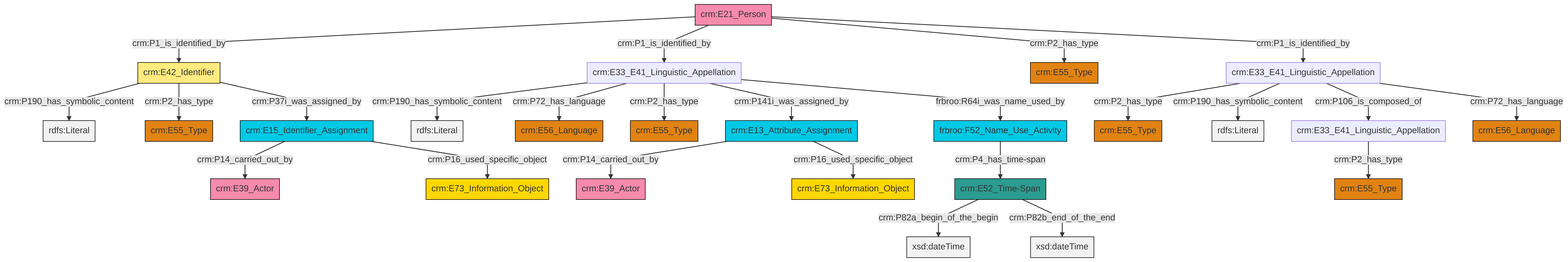
The Mermaid diagram et/personCSV/ttl/mmd/png/Person_Names_and_Classification.png in swiss-art-research-net/docs.swissartresearch, before a commit. Its source is kept beside it as et/personCSV/ttl/mmd/Person_Names_and_Classification.ttl.mmd. Its diagram source:
```mermaid
graph TD
classDef Literal fill:#f2f2f2,stroke:#000000;
classDef CRM_Entity fill:#FFFFFF,stroke:#000000;
classDef Temporal_Entity fill:#00C9E6, stroke:#000000;
classDef Type fill:#E18312, stroke:#000000;
classDef Time-Span fill:#2C9C91, stroke:#000000;
classDef Appellation fill:#FFEB7F, stroke:#000000;
classDef Place fill:#008836, stroke:#000000;
classDef Persistent_Item fill:#B266B2, stroke:#000000;
classDef Conceptual_Object fill:#FFD700, stroke:#000000;
classDef Physical_Thing fill:#D2B48C, stroke:#000000;
classDef Actor fill:#f58aad, stroke:#000000;
classDef PC_Classes fill:#4ce600, stroke:#000000;
classDef Multi fill:#cccccc,stroke:#000000;

0["crm:E15_Identifier_Assignment"]:::Temporal_Entity -->|crm:P14_carried_out_by| 1["crm:E39_Actor"]:::Actor
2["crm:E33_E41_Linguistic_Appellation"]:::Default -->|crm:P2_has_type| 3["crm:E55_Type"]:::Type
4["crm:E33_E41_Linguistic_Appellation"]:::Default -->|crm:P2_has_type| 5["crm:E55_Type"]:::Type
6["frbroo:F52_Name_Use_Activity"]:::Temporal_Entity -->|crm:P4_has_time-span| 7["crm:E52_Time-Span"]:::Time-Span
0["crm:E15_Identifier_Assignment"]:::Temporal_Entity -->|crm:P16_used_specific_object| 10["crm:E73_Information_Object"]:::Conceptual_Object
11["crm:E33_E41_Linguistic_Appellation"]:::Default -->|crm:P190_has_symbolic_content| 12[rdfs:Literal]:::Literal
11["crm:E33_E41_Linguistic_Appellation"]:::Default -->|crm:P72_has_language| 16["crm:E56_Language"]:::Type
17["crm:E42_Identifier"]:::Appellation -->|crm:P190_has_symbolic_content| 18[rdfs:Literal]:::Literal
8["crm:E21_Person"]:::Actor -->|crm:P1_is_identified_by| 17["crm:E42_Identifier"]:::Appellation
11["crm:E33_E41_Linguistic_Appellation"]:::Default -->|crm:P2_has_type| 21["crm:E55_Type"]:::Type
4["crm:E33_E41_Linguistic_Appellation"]:::Default -->|crm:P190_has_symbolic_content| 23[rdfs:Literal]:::Literal
11["crm:E33_E41_Linguistic_Appellation"]:::Default -->|crm:P141i_was_assigned_by| 25["crm:E13_Attribute_Assignment"]:::Temporal_Entity
4["crm:E33_E41_Linguistic_Appellation"]:::Default -->|crm:P106_is_composed_of| 2["crm:E33_E41_Linguistic_Appellation"]:::Default
8["crm:E21_Person"]:::Actor -->|crm:P1_is_identified_by| 11["crm:E33_E41_Linguistic_Appellation"]:::Default
25["crm:E13_Attribute_Assignment"]:::Temporal_Entity -->|crm:P14_carried_out_by| 13["crm:E39_Actor"]:::Actor
17["crm:E42_Identifier"]:::Appellation -->|crm:P2_has_type| 19["crm:E55_Type"]:::Type
11["crm:E33_E41_Linguistic_Appellation"]:::Default -->|frbroo:R64i_was_name_used_by| 6["frbroo:F52_Name_Use_Activity"]:::Temporal_Entity
17["crm:E42_Identifier"]:::Appellation -->|crm:P37i_was_assigned_by| 0["crm:E15_Identifier_Assignment"]:::Temporal_Entity
7["crm:E52_Time-Span"]:::Time-Span -->|crm:P82a_begin_of_the_begin| 34[xsd:dateTime]:::Literal
4["crm:E33_E41_Linguistic_Appellation"]:::Default -->|crm:P72_has_language| 30["crm:E56_Language"]:::Type
7["crm:E52_Time-Span"]:::Time-Span -->|crm:P82b_end_of_the_end| 40[xsd:dateTime]:::Literal
8["crm:E21_Person"]:::Actor -->|crm:P2_has_type| 37["crm:E55_Type"]:::Type
25["crm:E13_Attribute_Assignment"]:::Temporal_Entity -->|crm:P16_used_specific_object| 41["crm:E73_Information_Object"]:::Conceptual_Object
8["crm:E21_Person"]:::Actor -->|crm:P1_is_identified_by| 4["crm:E33_E41_Linguistic_Appellation"]:::Default
```
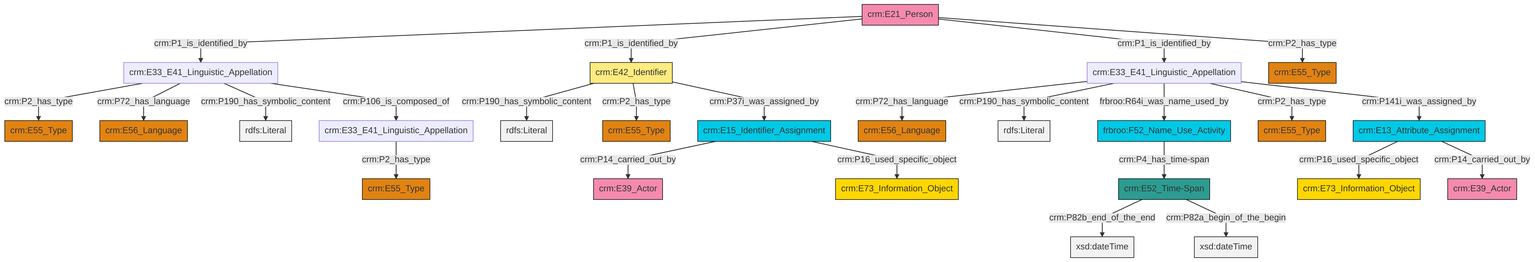
After the change.

What changed in the source:
```diff
@@ -13,27 +13,27 @@
 classDef PC_Classes fill:#4ce600, stroke:#000000;
 classDef Multi fill:#cccccc,stroke:#000000;
 
-0["crm:E15_Identifier_Assignment"]:::Temporal_Entity -->|crm:P14_carried_out_by| 1["crm:E39_Actor"]:::Actor
-2["crm:E33_E41_Linguistic_Appellation"]:::Default -->|crm:P2_has_type| 3["crm:E55_Type"]:::Type
-4["crm:E33_E41_Linguistic_Appellation"]:::Default -->|crm:P2_has_type| 5["crm:E55_Type"]:::Type
-6["frbroo:F52_Name_Use_Activity"]:::Temporal_Entity -->|crm:P4_has_time-span| 7["crm:E52_Time-Span"]:::Time-Span
-0["crm:E15_Identifier_Assignment"]:::Temporal_Entity -->|crm:P16_used_specific_object| 10["crm:E73_Information_Object"]:::Conceptual_Object
-11["crm:E33_E41_Linguistic_Appellation"]:::Default -->|crm:P190_has_symbolic_content| 12[rdfs:Literal]:::Literal
-11["crm:E33_E41_Linguistic_Appellation"]:::Default -->|crm:P72_has_language| 16["crm:E56_Language"]:::Type
-17["crm:E42_Identifier"]:::Appellation -->|crm:P190_has_symbolic_content| 18[rdfs:Literal]:::Literal
-8["crm:E21_Person"]:::Actor -->|crm:P1_is_identified_by| 17["crm:E42_Identifier"]:::Appellation
-11["crm:E33_E41_Linguistic_Appellation"]:::Default -->|crm:P2_has_type| 21["crm:E55_Type"]:::Type
-4["crm:E33_E41_Linguistic_Appellation"]:::Default -->|crm:P190_has_symbolic_content| 23[rdfs:Literal]:::Literal
-11["crm:E33_E41_Linguistic_Appellation"]:::Default -->|crm:P141i_was_assigned_by| 25["crm:E13_Attribute_Assignment"]:::Temporal_Entity
-4["crm:E33_E41_Linguistic_Appellation"]:::Default -->|crm:P106_is_composed_of| 2["crm:E33_E41_Linguistic_Appellation"]:::Default
-8["crm:E21_Person"]:::Actor -->|crm:P1_is_identified_by| 11["crm:E33_E41_Linguistic_Appellation"]:::Default
-25["crm:E13_Attribute_Assignment"]:::Temporal_Entity -->|crm:P14_carried_out_by| 13["crm:E39_Actor"]:::Actor
-17["crm:E42_Identifier"]:::Appellation -->|crm:P2_has_type| 19["crm:E55_Type"]:::Type
-11["crm:E33_E41_Linguistic_Appellation"]:::Default -->|frbroo:R64i_was_name_used_by| 6["frbroo:F52_Name_Use_Activity"]:::Temporal_Entity
-17["crm:E42_Identifier"]:::Appellation -->|crm:P37i_was_assigned_by| 0["crm:E15_Identifier_Assignment"]:::Temporal_Entity
-7["crm:E52_Time-Span"]:::Time-Span -->|crm:P82a_begin_of_the_begin| 34[xsd:dateTime]:::Literal
-4["crm:E33_E41_Linguistic_Appellation"]:::Default -->|crm:P72_has_language| 30["crm:E56_Language"]:::Type
-7["crm:E52_Time-Span"]:::Time-Span -->|crm:P82b_end_of_the_end| 40[xsd:dateTime]:::Literal
-8["crm:E21_Person"]:::Actor -->|crm:P2_has_type| 37["crm:E55_Type"]:::Type
-25["crm:E13_Attribute_Assignment"]:::Temporal_Entity -->|crm:P16_used_specific_object| 41["crm:E73_Information_Object"]:::Conceptual_Object
-8["crm:E21_Person"]:::Actor -->|crm:P1_is_identified_by| 4["crm:E33_E41_Linguistic_Appellation"]:::Default
+4["frbroo:F52_Name_Use_Activity"]:::Temporal_Entity -->|crm:P4_has_time-span| 5["crm:E52_Time-Span"]:::Time-Span
+6["crm:E13_Attribute_Assignment"]:::Temporal_Entity -->|crm:P16_used_specific_object| 7["crm:E73_Information_Object"]:::Conceptual_Object
+6["crm:E13_Attribute_Assignment"]:::Temporal_Entity -->|crm:P14_carried_out_by| 12["crm:E39_Actor"]:::Actor
+13["crm:E21_Person"]:::Actor -->|crm:P1_is_identified_by| 14["crm:E33_E41_Linguistic_Appellation"]:::Default
+13["crm:E21_Person"]:::Actor -->|crm:P1_is_identified_by| 10["crm:E42_Identifier"]:::Appellation
+21["crm:E15_Identifier_Assignment"]:::Temporal_Entity -->|crm:P14_carried_out_by| 22["crm:E39_Actor"]:::Actor
+14["crm:E33_E41_Linguistic_Appellation"]:::Default -->|crm:P2_has_type| 17["crm:E55_Type"]:::Type
+13["crm:E21_Person"]:::Actor -->|crm:P1_is_identified_by| 0["crm:E33_E41_Linguistic_Appellation"]:::Default
+21["crm:E15_Identifier_Assignment"]:::Temporal_Entity -->|crm:P16_used_specific_object| 2["crm:E73_Information_Object"]:::Conceptual_Object
+0["crm:E33_E41_Linguistic_Appellation"]:::Default -->|crm:P72_has_language| 27["crm:E56_Language"]:::Type
+0["crm:E33_E41_Linguistic_Appellation"]:::Default -->|crm:P190_has_symbolic_content| 31[rdfs:Literal]:::Literal
+10["crm:E42_Identifier"]:::Appellation -->|crm:P190_has_symbolic_content| 32[rdfs:Literal]:::Literal
+10["crm:E42_Identifier"]:::Appellation -->|crm:P2_has_type| 33["crm:E55_Type"]:::Type
+5["crm:E52_Time-Span"]:::Time-Span -->|crm:P82b_end_of_the_end| 37[xsd:dateTime]:::Literal
+10["crm:E42_Identifier"]:::Appellation -->|crm:P37i_was_assigned_by| 21["crm:E15_Identifier_Assignment"]:::Temporal_Entity
+14["crm:E33_E41_Linguistic_Appellation"]:::Default -->|crm:P72_has_language| 28["crm:E56_Language"]:::Type
+23["crm:E33_E41_Linguistic_Appellation"]:::Default -->|crm:P2_has_type| 38["crm:E55_Type"]:::Type
+14["crm:E33_E41_Linguistic_Appellation"]:::Default -->|crm:P190_has_symbolic_content| 41[rdfs:Literal]:::Literal
+13["crm:E21_Person"]:::Actor -->|crm:P2_has_type| 19["crm:E55_Type"]:::Type
+0["crm:E33_E41_Linguistic_Appellation"]:::Default -->|frbroo:R64i_was_name_used_by| 4["frbroo:F52_Name_Use_Activity"]:::Temporal_Entity
+0["crm:E33_E41_Linguistic_Appellation"]:::Default -->|crm:P2_has_type| 8["crm:E55_Type"]:::Type
+14["crm:E33_E41_Linguistic_Appellation"]:::Default -->|crm:P106_is_composed_of| 23["crm:E33_E41_Linguistic_Appellation"]:::Default
+0["crm:E33_E41_Linguistic_Appellation"]:::Default -->|crm:P141i_was_assigned_by| 6["crm:E13_Attribute_Assignment"]:::Temporal_Entity
+5["crm:E52_Time-Span"]:::Time-Span -->|crm:P82a_begin_of_the_begin| 44[xsd:dateTime]:::Literal
```
